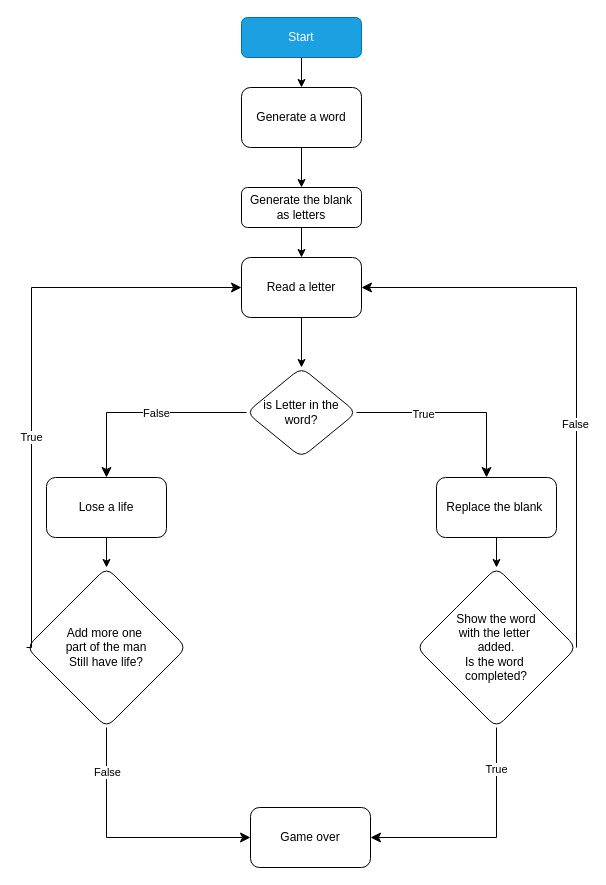
The draw.io diagram Day07_hangman/Diagram_hangman.drawio in maiconlucinda/100DaysCode, before the edit. Source tidied: cells renumbered, new cells numbered last; positions are measured from the earlier drawing's top-left corner, leaving out a move shared by most shapes. Both pictures are drawn from the tidied source at 100%, with x=0, y=0 at pixel (26, 17).
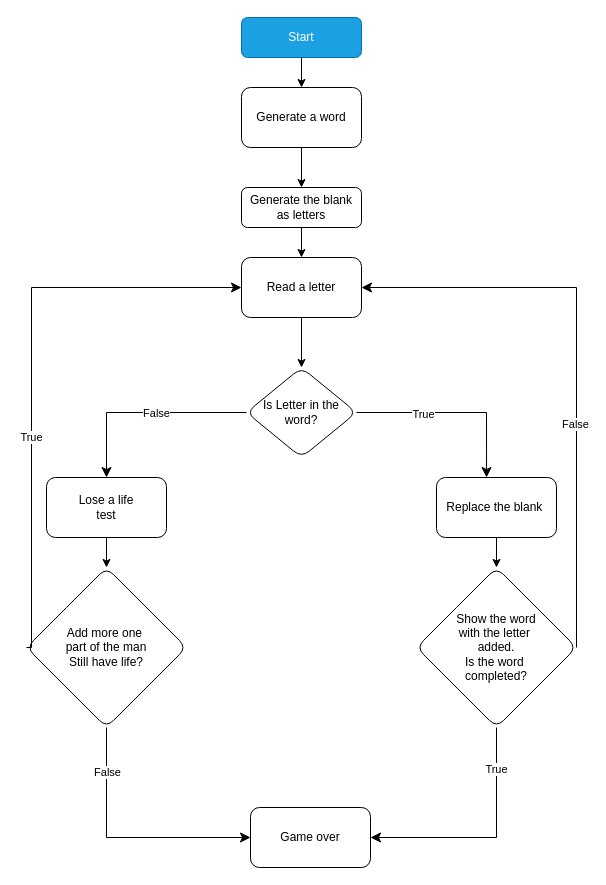
After the change.

Change to the diagram source:
```diff
@@
-    <mxCell id="6" value="is Letter in the word?" style="rhombus;whiteSpace=wrap;html=1;rounded=1;" parent="1" vertex="1">
+    <mxCell id="6" value="Is Letter in the word?" style="rhombus;whiteSpace=wrap;html=1;rounded=1;" parent="1" vertex="1">
       <mxGeometry x="220" y="350" width="110" height="90" as="geometry" />
     </mxCell>
@@
-    <mxCell id="23" value="Lose a life" style="rounded=1;whiteSpace=wrap;html=1;" parent="1" vertex="1">
+    <mxCell id="23" value="Lose a life&lt;br&gt;test" style="rounded=1;whiteSpace=wrap;html=1;" parent="1" vertex="1">
       <mxGeometry x="20" y="460" width="120" height="60" as="geometry" />
     </mxCell>
```
